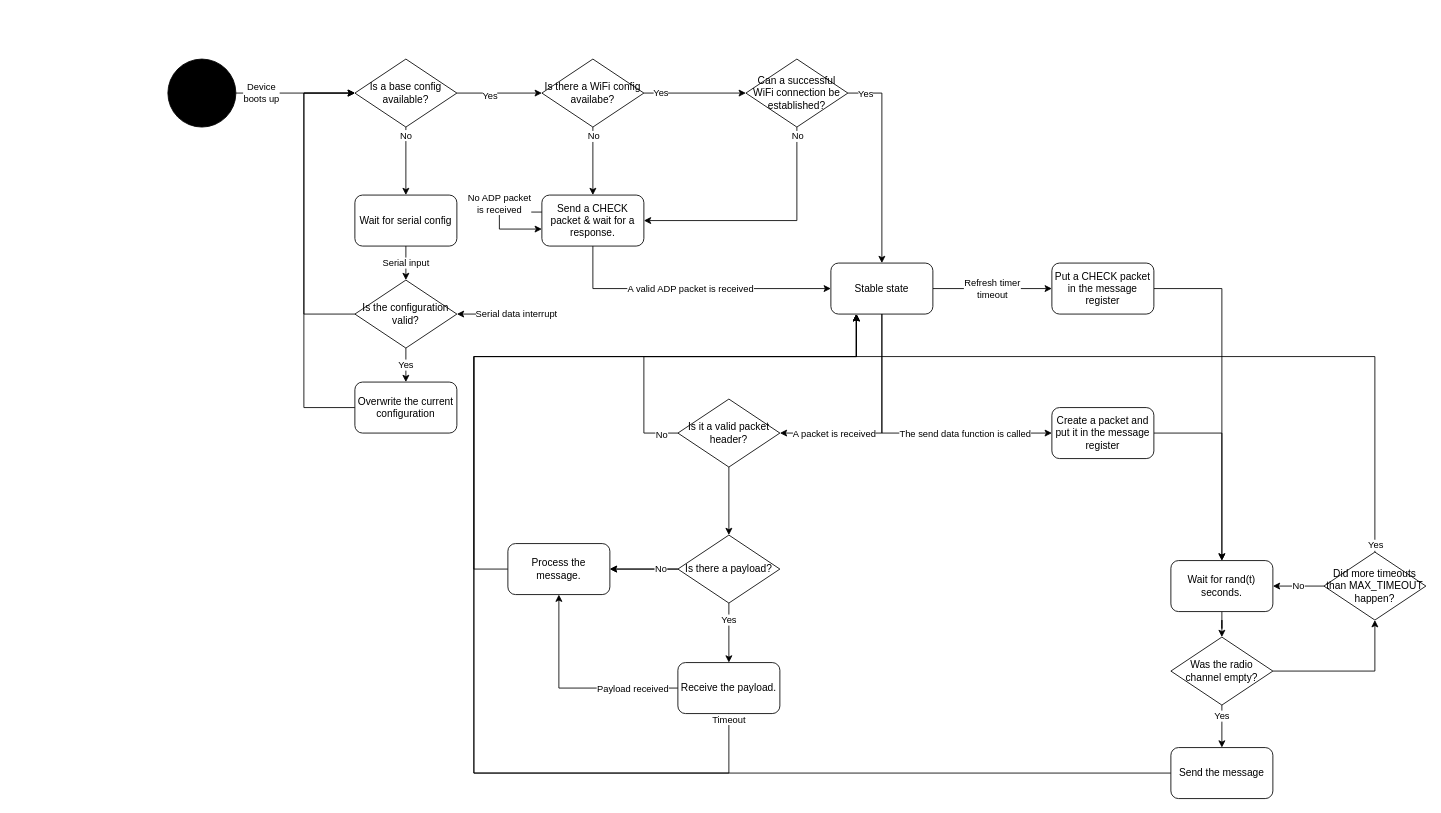
The draw.io diagram documentation/Device diagram.drawio in pizadi/self-propagating-network, before the edit. Source tidied: cells renumbered, new cells numbered last; positions are measured from the earlier drawing's top-left corner, leaving out a move shared by most shapes. Both pictures are drawn from the tidied source at 85%, with x=0, y=0 at pixel (167, 59).
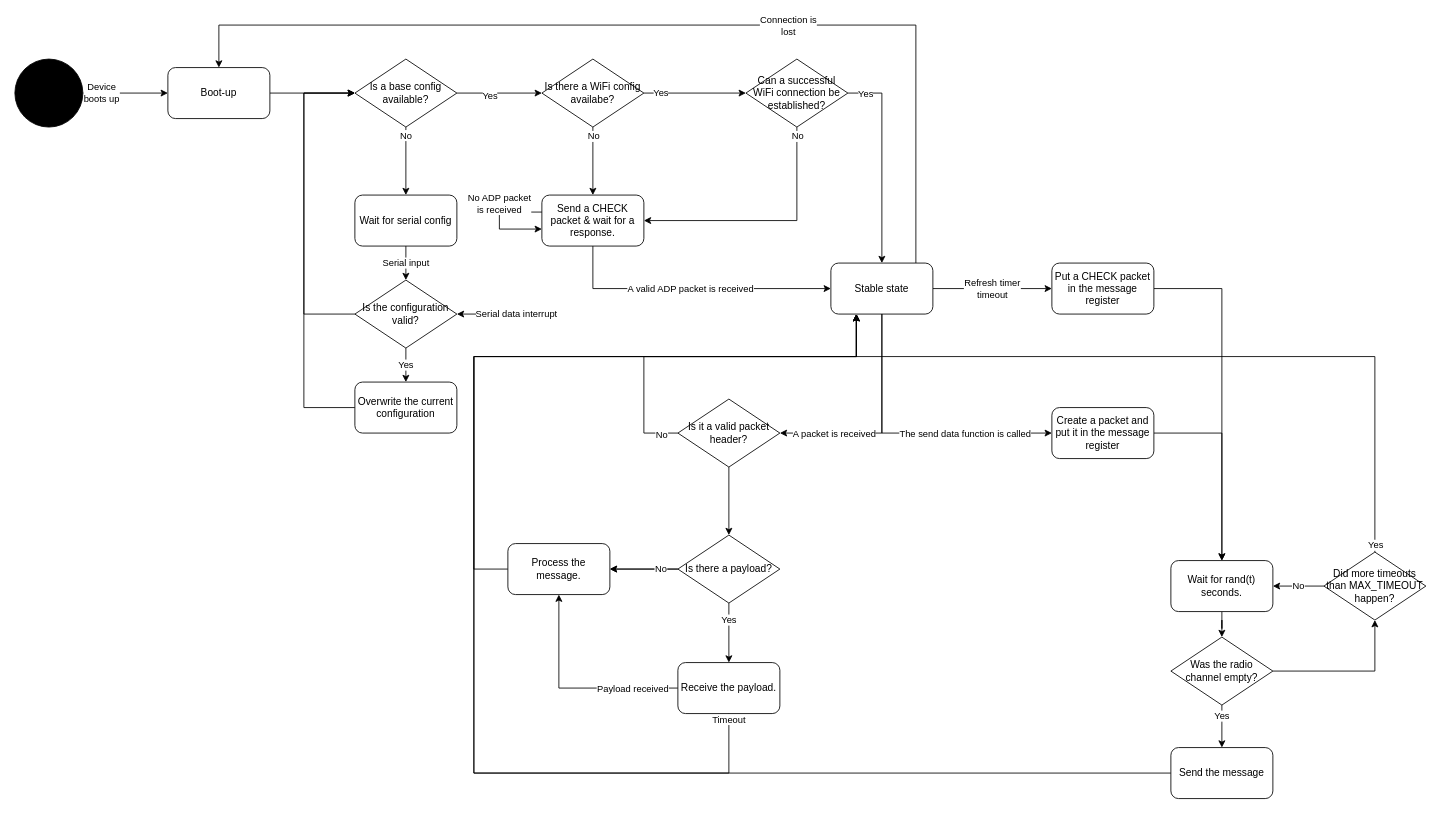
After the change.

The change refers to these unchanged cells:
```xml
<mxCell id="20" value="Stable state" style="rounded=1;whiteSpace=wrap;html=1;" parent="1" vertex="1">
  <mxGeometry x="780" y="240" width="120" height="60" as="geometry" />
</mxCell>
<mxCell id="24" value="Is a base config available?" style="rhombus;whiteSpace=wrap;html=1;" parent="1" vertex="1">
  <mxGeometry x="220" width="120" height="80" as="geometry" />
</mxCell>
```

What changed in the source:
```diff
@@
-    <mxCell id="2" value="&lt;div&gt;Device&lt;/div&gt;&lt;div&gt;boots up&lt;/div&gt;" style="edgeStyle=orthogonalEdgeStyle;rounded=0;jettySize=auto;html=1;" parent="1" edge="1" source="3" target="24">
+    <mxCell id="2" value="&lt;div&gt;Device&lt;/div&gt;&lt;div&gt;boots up&lt;/div&gt;" style="edgeStyle=orthogonalEdgeStyle;rounded=0;jettySize=auto;html=1;entryX=0;entryY=0.5;entryDx=0;entryDy=0;" parent="1" edge="1" source="3" target="66">
       <mxGeometry x="-0.57" relative="1" as="geometry" />
     </mxCell>
     <mxCell id="3" style="ellipse;whiteSpace=wrap;html=1;fillColor=#000000;" parent="1" vertex="1">
-      <mxGeometry width="80" height="80" as="geometry" />
+      <mxGeometry x="-180" width="80" height="80" as="geometry" />
     </mxCell>
@@
+    <mxCell id="63" style="edgeStyle=orthogonalEdgeStyle;rounded=0;jettySize=auto;html=1;entryX=0.5;entryY=0;entryDx=0;entryDy=0;" parent="1" edge="1" source="20" target="66">
+      <mxGeometry relative="1" as="geometry">
+        <Array as="points">
+          <mxPoint x="880" y="-40" />
+          <mxPoint x="60" y="-40" />
+        </Array>
+      </mxGeometry>
+    </mxCell>
+    <mxCell id="64" value="&lt;div&gt;Connection is&lt;/div&gt;&lt;div&gt;lost&lt;br&gt;&lt;/div&gt;" style="edgeLabel;html=1;align=center;verticalAlign=middle;" parent="63" vertex="1">
+      <mxGeometry x="-0.25" relative="1" as="geometry" />
+    </mxCell>
@@
+    <mxCell id="65" style="edgeStyle=orthogonalEdgeStyle;rounded=0;jettySize=auto;html=1;entryX=0;entryY=0.5;entryDx=0;entryDy=0;" parent="1" edge="1" source="66" target="24">
+      <mxGeometry relative="1" as="geometry" />
+    </mxCell>
+    <mxCell id="66" value="Boot-up" style="rounded=1;whiteSpace=wrap;html=1;" parent="1" vertex="1">
+      <mxGeometry y="10" width="120" height="60" as="geometry" />
+    </mxCell>
```
